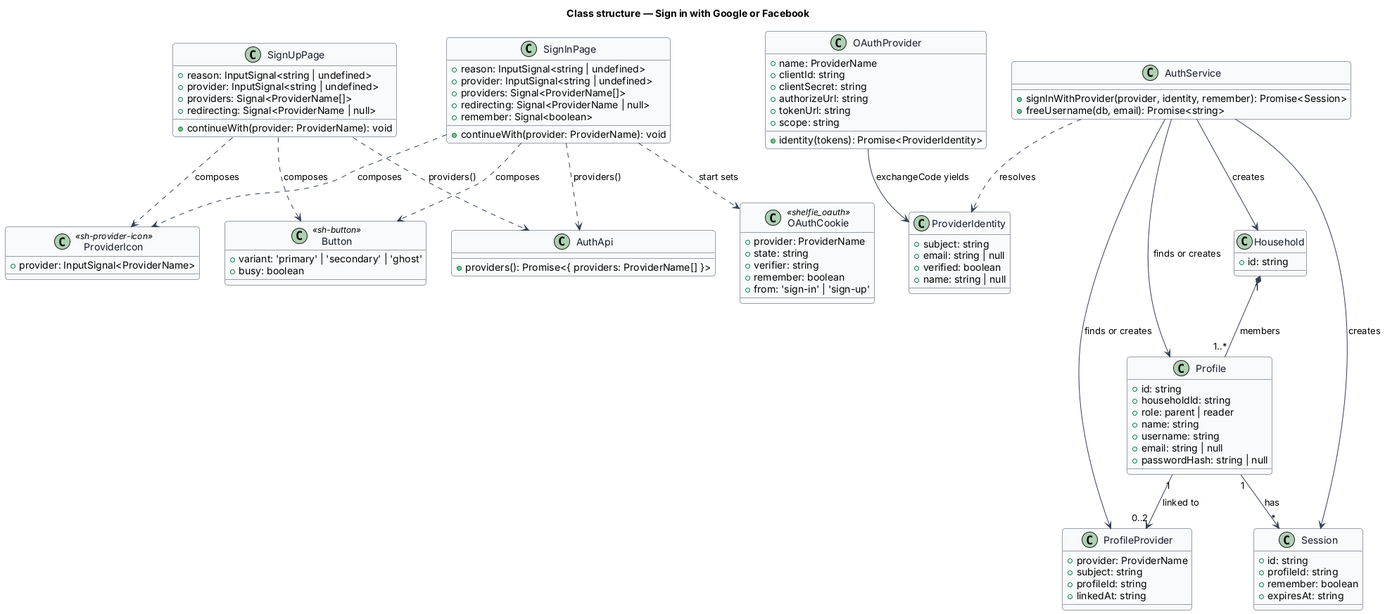
The PlantUML diagram docs/detailed-designs/sign-in/sign-in-with-google-or-facebook/diagrams/class-structure.png in QuinntyneBrown/shelfie, before a commit. The source it was exported from:
```plantuml
@startuml
skinparam backgroundColor #FFFFFF
skinparam shadowing false
skinparam roundcorner 8
skinparam defaultFontName Arial
skinparam ArrowColor #344054
skinparam class {
  BorderColor #344054
  FontColor #101828
  BackgroundColor #F9FAFB
}
title Class structure — Sign in with Google or Facebook

class SignInPage {
  +reason: InputSignal<string | undefined>
  +provider: InputSignal<string | undefined>
  +providers: Signal<ProviderName[]>
  +redirecting: Signal<ProviderName | null>
  +remember: Signal<boolean>
  +continueWith(provider: ProviderName): void
}
class SignUpPage {
  +reason: InputSignal<string | undefined>
  +provider: InputSignal<string | undefined>
  +providers: Signal<ProviderName[]>
  +redirecting: Signal<ProviderName | null>
  +continueWith(provider: ProviderName): void
}
class ProviderIcon <<sh-provider-icon>> {
  +provider: InputSignal<ProviderName>
}
class Button <<sh-button>> {
  +variant: 'primary' | 'secondary' | 'ghost'
  +busy: boolean
}
class AuthApi {
  +providers(): Promise<{ providers: ProviderName[] }>
}
class OAuthProvider {
  +name: ProviderName
  +clientId: string
  +clientSecret: string
  +authorizeUrl: string
  +tokenUrl: string
  +scope: string
  +identity(tokens): Promise<ProviderIdentity>
}
class ProviderIdentity {
  +subject: string
  +email: string | null
  +verified: boolean
  +name: string | null
}
class OAuthCookie <<shelfie_oauth>> {
  +provider: ProviderName
  +state: string
  +verifier: string
  +remember: boolean
  +from: 'sign-in' | 'sign-up'
}
class AuthService {
  +signInWithProvider(provider, identity, remember): Promise<Session>
  +freeUsername(db, email): Promise<string>
}
class ProfileProvider {
  +provider: ProviderName
  +subject: string
  +profileId: string
  +linkedAt: string
}
class Profile {
  +id: string
  +householdId: string
  +role: parent | reader
  +name: string
  +username: string
  +email: string | null
  +passwordHash: string | null
}
class Household {
  +id: string
}
class Session {
  +id: string
  +profileId: string
  +remember: boolean
  +expiresAt: string
}

SignInPage ..> AuthApi : providers()
SignUpPage ..> AuthApi : providers()
SignInPage ..> Button : composes
SignInPage ..> ProviderIcon : composes
SignUpPage ..> Button : composes
SignUpPage ..> ProviderIcon : composes
SignInPage ..> OAuthCookie : start sets
OAuthProvider --> ProviderIdentity : exchangeCode yields
AuthService ..> ProviderIdentity : resolves
AuthService --> ProfileProvider : finds or creates
AuthService --> Household : creates
AuthService --> Profile : finds or creates
AuthService --> Session : creates
Profile "1" --> "0..2" ProfileProvider : linked to
Household "1" *-- "1..*" Profile : members
Profile "1" --> "*" Session : has
@enduml
```
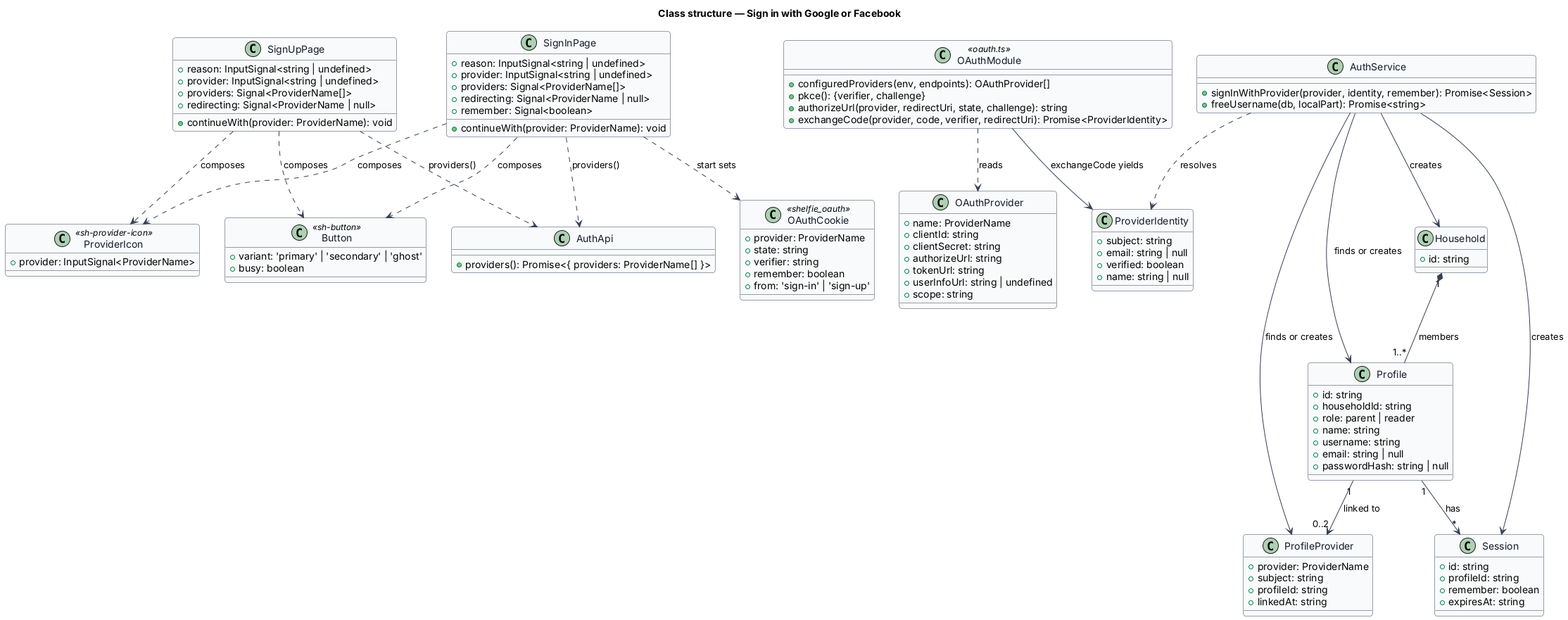
Later version of the same file.

Commit message:
Docs: runbook operator steps for Google and Meta, changelog, estimate at 100%, design names aligned with the code

Diff of the diagram source:
```diff
@@ -42,8 +42,14 @@
   +clientSecret: string
   +authorizeUrl: string
   +tokenUrl: string
+  +userInfoUrl: string | undefined
   +scope: string
-  +identity(tokens): Promise<ProviderIdentity>
+}
+class OAuthModule <<oauth.ts>> {
+  +configuredProviders(env, endpoints): OAuthProvider[]
+  +pkce(): {verifier, challenge}
+  +authorizeUrl(provider, redirectUri, state, challenge): string
+  +exchangeCode(provider, code, verifier, redirectUri): Promise<ProviderIdentity>
 }
 class ProviderIdentity {
   +subject: string
@@ -60,7 +66,7 @@
 }
 class AuthService {
   +signInWithProvider(provider, identity, remember): Promise<Session>
-  +freeUsername(db, email): Promise<string>
+  +freeUsername(db, localPart): Promise<string>
 }
 class ProfileProvider {
   +provider: ProviderName
@@ -94,7 +100,8 @@
 SignUpPage ..> Button : composes
 SignUpPage ..> ProviderIcon : composes
 SignInPage ..> OAuthCookie : start sets
-OAuthProvider --> ProviderIdentity : exchangeCode yields
+OAuthModule ..> OAuthProvider : reads
+OAuthModule --> ProviderIdentity : exchangeCode yields
 AuthService ..> ProviderIdentity : resolves
 AuthService --> ProfileProvider : finds or creates
 AuthService --> Household : creates
```
